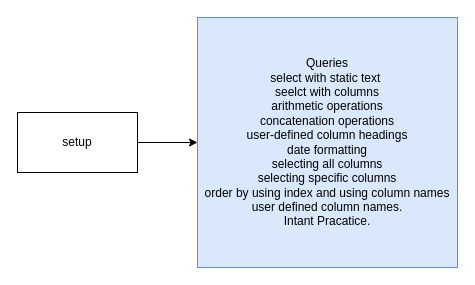
aukokyong/jfs-master keeps this draw.io diagram as page "sql queries" (2 of 3) of mysql/sql.drawio. Above is the earlier version. Source tidied: cells renumbered, new cells numbered last; positions are measured from the earlier drawing's top-left corner, leaving out a move shared by most shapes. Both pictures are drawn from the tidied source at 100%, with x=0, y=0 at pixel (17, 17).
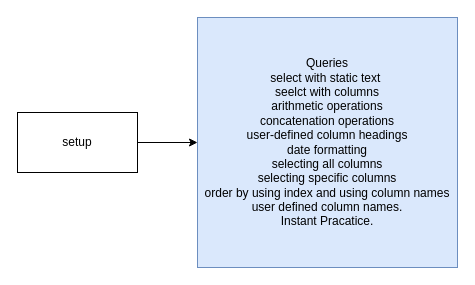
The same page after the edit.

Diff of the diagram source:
```diff
@@
 <mxGraphModel>
   <root>
     <mxCell id="0" />
     <mxCell id="1" parent="0" />
     <mxCell id="2" style="edgeStyle=orthogonalEdgeStyle;rounded=0;jettySize=auto;html=1;" parent="1" edge="1" source="3" target="4">
       <mxGeometry relative="1" as="geometry" />
     </mxCell>
     <mxCell id="3" value="setup&lt;br&gt;" style="rounded=0;whiteSpace=wrap;html=1;" parent="1" vertex="1">
       <mxGeometry y="95" width="120" height="60" as="geometry" />
     </mxCell>
-    <mxCell id="4" value="Queries&lt;br&gt;select with static text&amp;nbsp;&lt;br&gt;seelct with columns&lt;br&gt;arithmetic operations&lt;br&gt;concatenation operations&lt;br&gt;user-defined column headings&lt;br&gt;date formatting&lt;br&gt;selecting all columns&lt;br&gt;selecting specific columns&lt;br&gt;order by using index and using column names&lt;br&gt;user defined column names.&lt;br&gt;Intant Pracatice." style="rounded=0;whiteSpace=wrap;html=1;fillColor=#dae8fc;strokeColor=#6c8ebf;" parent="1" vertex="1">
+    <mxCell id="4" value="Queries&lt;br&gt;select with static text&amp;nbsp;&lt;br&gt;seelct with columns&lt;br&gt;arithmetic operations&lt;br&gt;concatenation operations&lt;br&gt;user-defined column headings&lt;br&gt;date formatting&lt;br&gt;selecting all columns&lt;br&gt;selecting specific columns&lt;br&gt;order by using index and using column names&lt;br&gt;user defined column names.&lt;br&gt;Instant Pracatice." style="rounded=0;whiteSpace=wrap;html=1;fillColor=#dae8fc;strokeColor=#6c8ebf;" parent="1" vertex="1">
       <mxGeometry x="180" width="260" height="250" as="geometry" />
     </mxCell>
   </root>
 </mxGraphModel>
```
